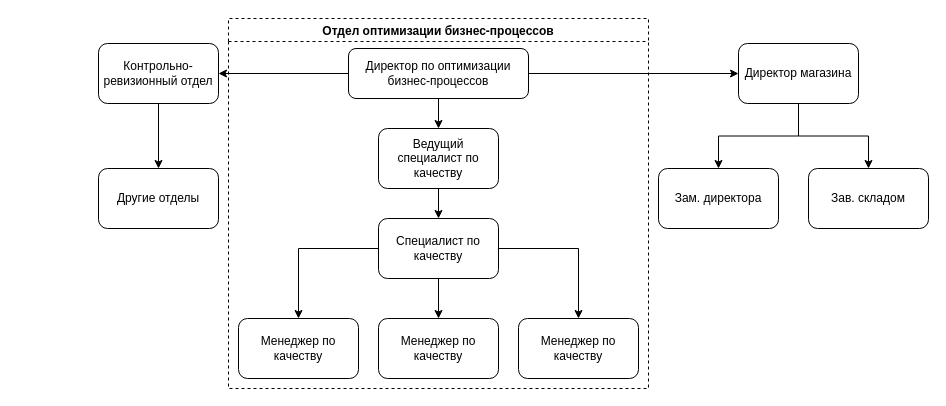
Above: testFolder/Орг.структура.drawio in Rientaro/lolo (draw.io), before the change. Source tidied: cells renumbered, new cells numbered last; positions are measured from the earlier drawing's top-left corner, leaving out a move shared by most shapes. Both pictures are drawn from the tidied source at 100%, with x=0, y=0 at pixel (98, 18).
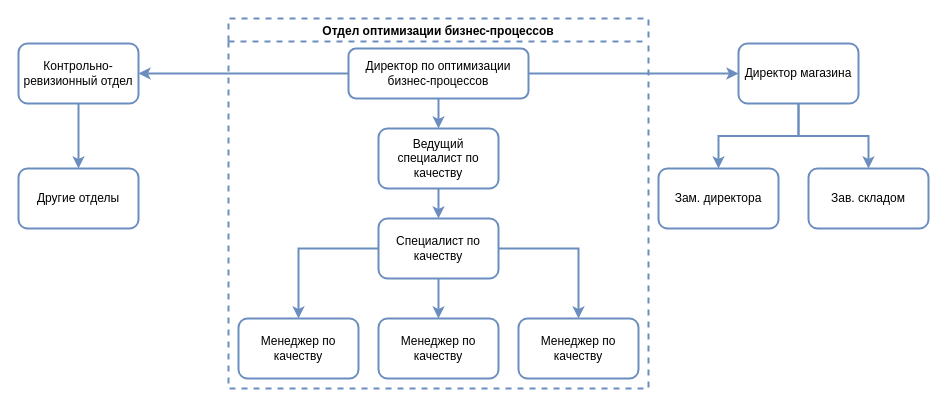
The same diagram, later.

Change to the diagram source:
```diff
@@
-    <mxCell id="2" style="edgeStyle=orthogonalEdgeStyle;rounded=0;jettySize=auto;html=1;" parent="1" edge="1" source="5" target="7">
+    <mxCell id="2" style="edgeStyle=orthogonalEdgeStyle;rounded=0;jettySize=auto;html=1;strokeColor=#6C8EBF;strokeWidth=2;" parent="1" edge="1" source="5" target="7">
       <mxGeometry relative="1" as="geometry" />
     </mxCell>
-    <mxCell id="3" style="edgeStyle=orthogonalEdgeStyle;rounded=0;jettySize=auto;html=1;" parent="1" edge="1" source="5" target="17">
+    <mxCell id="3" style="edgeStyle=orthogonalEdgeStyle;rounded=0;jettySize=auto;html=1;strokeColor=#6C8EBF;strokeWidth=2;" parent="1" edge="1" source="5" target="17">
       <mxGeometry relative="1" as="geometry" />
     </mxCell>
-    <mxCell id="4" style="edgeStyle=orthogonalEdgeStyle;rounded=0;jettySize=auto;html=1;" parent="1" edge="1" source="5" target="21">
+    <mxCell id="4" style="edgeStyle=orthogonalEdgeStyle;rounded=0;jettySize=auto;html=1;strokeColor=#6C8EBF;strokeWidth=2;" parent="1" edge="1" source="5" target="21">
       <mxGeometry relative="1" as="geometry" />
     </mxCell>
-    <mxCell id="5" value="Директор по оптимизации бизнес-процессов" style="rounded=1;whiteSpace=wrap;html=1;" parent="1" vertex="1">
+    <mxCell id="5" value="Директор по оптимизации бизнес-процессов" style="rounded=1;whiteSpace=wrap;html=1;strokeColor=#6C8EBF;strokeWidth=2;" parent="1" vertex="1">
       <mxGeometry x="250" y="30" width="180" height="50" as="geometry" />
     </mxCell>
-    <mxCell id="6" style="edgeStyle=orthogonalEdgeStyle;rounded=0;jettySize=auto;html=1;" parent="1" edge="1" source="7" target="11">
+    <mxCell id="6" style="edgeStyle=orthogonalEdgeStyle;rounded=0;jettySize=auto;html=1;strokeColor=#6C8EBF;strokeWidth=2;" parent="1" edge="1" source="7" target="11">
       <mxGeometry relative="1" as="geometry" />
     </mxCell>
-    <mxCell id="7" value="Ведущий специалист по качеству" style="whiteSpace=wrap;html=1;rounded=1;" parent="1" vertex="1">
+    <mxCell id="7" value="Ведущий специалист по качеству" style="whiteSpace=wrap;html=1;rounded=1;strokeColor=#6C8EBF;strokeWidth=2;" parent="1" vertex="1">
       <mxGeometry x="280" y="110" width="120" height="60" as="geometry" />
     </mxCell>
-    <mxCell id="8" style="edgeStyle=orthogonalEdgeStyle;rounded=0;jettySize=auto;html=1;" parent="1" edge="1" source="11" target="12">
+    <mxCell id="8" style="edgeStyle=orthogonalEdgeStyle;rounded=0;jettySize=auto;html=1;strokeColor=#6C8EBF;strokeWidth=2;" parent="1" edge="1" source="11" target="12">
       <mxGeometry relative="1" as="geometry" />
     </mxCell>
-    <mxCell id="9" style="edgeStyle=orthogonalEdgeStyle;rounded=0;jettySize=auto;html=1;" parent="1" edge="1" source="11" target="13">
+    <mxCell id="9" style="edgeStyle=orthogonalEdgeStyle;rounded=0;jettySize=auto;html=1;strokeColor=#6C8EBF;strokeWidth=2;" parent="1" edge="1" source="11" target="13">
       <mxGeometry relative="1" as="geometry" />
     </mxCell>
-    <mxCell id="10" style="edgeStyle=orthogonalEdgeStyle;rounded=0;jettySize=auto;html=1;" parent="1" edge="1" source="11" target="14">
+    <mxCell id="10" style="edgeStyle=orthogonalEdgeStyle;rounded=0;jettySize=auto;html=1;strokeColor=#6C8EBF;strokeWidth=2;" parent="1" edge="1" source="11" target="14">
       <mxGeometry relative="1" as="geometry" />
     </mxCell>
-    <mxCell id="11" value="Специалист по качеству" style="whiteSpace=wrap;html=1;rounded=1;" parent="1" vertex="1">
+    <mxCell id="11" value="Специалист по качеству" style="whiteSpace=wrap;html=1;rounded=1;strokeColor=#6C8EBF;strokeWidth=2;" parent="1" vertex="1">
       <mxGeometry x="280" y="200" width="120" height="60" as="geometry" />
     </mxCell>
-    <mxCell id="12" value="Менеджер по качеству" style="whiteSpace=wrap;html=1;rounded=1;" parent="1" vertex="1">
+    <mxCell id="12" value="Менеджер по качеству" style="whiteSpace=wrap;html=1;rounded=1;strokeColor=#6C8EBF;strokeWidth=2;" parent="1" vertex="1">
       <mxGeometry x="140" y="300" width="120" height="60" as="geometry" />
     </mxCell>
-    <mxCell id="13" value="Менеджер по качеству" style="whiteSpace=wrap;html=1;rounded=1;" parent="1" vertex="1">
+    <mxCell id="13" value="Менеджер по качеству" style="whiteSpace=wrap;html=1;rounded=1;strokeColor=#6C8EBF;strokeWidth=2;" parent="1" vertex="1">
       <mxGeometry x="280" y="300" width="120" height="60" as="geometry" />
     </mxCell>
-    <mxCell id="14" value="Менеджер по качеству" style="whiteSpace=wrap;html=1;rounded=1;" parent="1" vertex="1">
+    <mxCell id="14" value="Менеджер по качеству" style="whiteSpace=wrap;html=1;rounded=1;strokeColor=#6C8EBF;strokeWidth=2;" parent="1" vertex="1">
       <mxGeometry x="420" y="300" width="120" height="60" as="geometry" />
     </mxCell>
-    <mxCell id="15" style="edgeStyle=orthogonalEdgeStyle;rounded=0;jettySize=auto;html=1;" parent="1" edge="1" source="17" target="18">
+    <mxCell id="15" style="edgeStyle=orthogonalEdgeStyle;rounded=0;jettySize=auto;html=1;strokeColor=#6C8EBF;strokeWidth=2;" parent="1" edge="1" source="17" target="18">
       <mxGeometry relative="1" as="geometry" />
     </mxCell>
-    <mxCell id="16" style="edgeStyle=orthogonalEdgeStyle;rounded=0;jettySize=auto;html=1;" parent="1" edge="1" source="17" target="19">
+    <mxCell id="16" style="edgeStyle=orthogonalEdgeStyle;rounded=0;jettySize=auto;html=1;strokeColor=#6C8EBF;strokeWidth=2;" parent="1" edge="1" source="17" target="19">
       <mxGeometry relative="1" as="geometry" />
     </mxCell>
-    <mxCell id="17" value="Директор магазина" style="whiteSpace=wrap;html=1;rounded=1;" parent="1" vertex="1">
+    <mxCell id="17" value="Директор магазина" style="whiteSpace=wrap;html=1;rounded=1;strokeColor=#6C8EBF;strokeWidth=2;" parent="1" vertex="1">
       <mxGeometry x="640" y="25" width="120" height="60" as="geometry" />
     </mxCell>
-    <mxCell id="18" value="Зам. директора" style="whiteSpace=wrap;html=1;rounded=1;" parent="1" vertex="1">
+    <mxCell id="18" value="Зам. директора" style="whiteSpace=wrap;html=1;rounded=1;strokeColor=#6C8EBF;strokeWidth=2;" parent="1" vertex="1">
       <mxGeometry x="560" y="150" width="120" height="60" as="geometry" />
     </mxCell>
-    <mxCell id="19" value="Зав. складом" style="whiteSpace=wrap;html=1;rounded=1;" parent="1" vertex="1">
+    <mxCell id="19" value="Зав. складом" style="whiteSpace=wrap;html=1;rounded=1;strokeColor=#6C8EBF;strokeWidth=2;" parent="1" vertex="1">
       <mxGeometry x="710" y="150" width="120" height="60" as="geometry" />
     </mxCell>
-    <mxCell id="20" style="edgeStyle=orthogonalEdgeStyle;rounded=0;jettySize=auto;html=1;" parent="1" edge="1" source="21" target="22">
+    <mxCell id="20" style="edgeStyle=orthogonalEdgeStyle;rounded=0;jettySize=auto;html=1;strokeColor=#6C8EBF;strokeWidth=2;" parent="1" edge="1" source="21" target="22">
       <mxGeometry relative="1" as="geometry" />
     </mxCell>
-    <mxCell id="21" value="Контрольно-ревизионный отдел" style="whiteSpace=wrap;html=1;rounded=1;" parent="1" vertex="1">
-      <mxGeometry y="25" width="120" height="60" as="geometry" />
+    <mxCell id="21" value="Контрольно-ревизионный отдел" style="whiteSpace=wrap;html=1;rounded=1;strokeColor=#6C8EBF;strokeWidth=2;" parent="1" vertex="1">
+      <mxGeometry x="-80" y="25" width="120" height="60" as="geometry" />
     </mxCell>
-    <mxCell id="22" value="Другие отделы" style="whiteSpace=wrap;html=1;rounded=1;" parent="1" vertex="1">
-      <mxGeometry y="150" width="120" height="60" as="geometry" />
+    <mxCell id="22" value="Другие отделы" style="whiteSpace=wrap;html=1;rounded=1;strokeColor=#6C8EBF;strokeWidth=2;" parent="1" vertex="1">
+      <mxGeometry x="-80" y="150" width="120" height="60" as="geometry" />
     </mxCell>
-    <mxCell id="23" value="Отдел оптимизации бизнес-процессов" style="swimlane;dashed=1;" parent="1" vertex="1">
+    <mxCell id="23" value="Отдел оптимизации бизнес-процессов" style="swimlane;dashed=1;strokeColor=#6C8EBF;strokeWidth=2;" parent="1" vertex="1">
       <mxGeometry x="130" width="420" height="370" as="geometry" />
     </mxCell>
```
